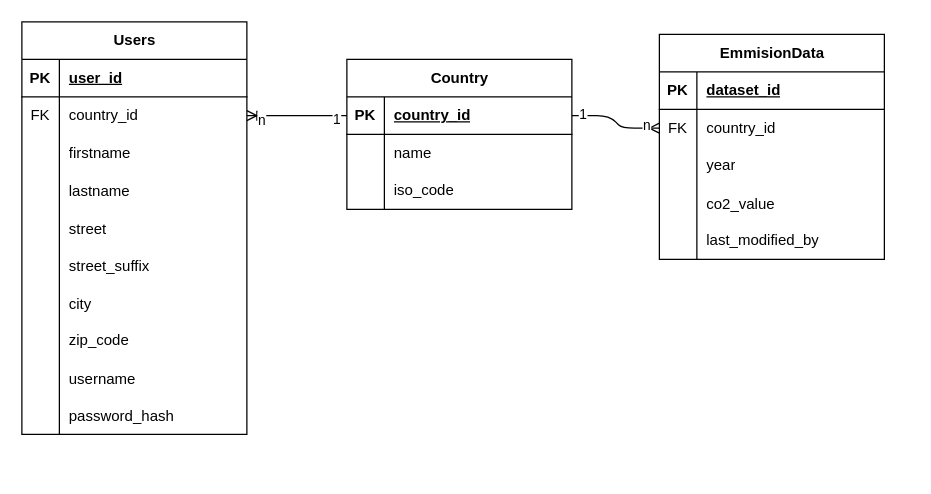
Before: docs/ERM.drawio in Neeklass/java-likehero2zero, a draw.io diagram. Source tidied: cells renumbered, new cells numbered last; positions are measured from the earlier drawing's top-left corner, leaving out a move shared by most shapes. Both pictures are drawn from the tidied source at 125%, with x=0, y=0 at pixel (21, 21).
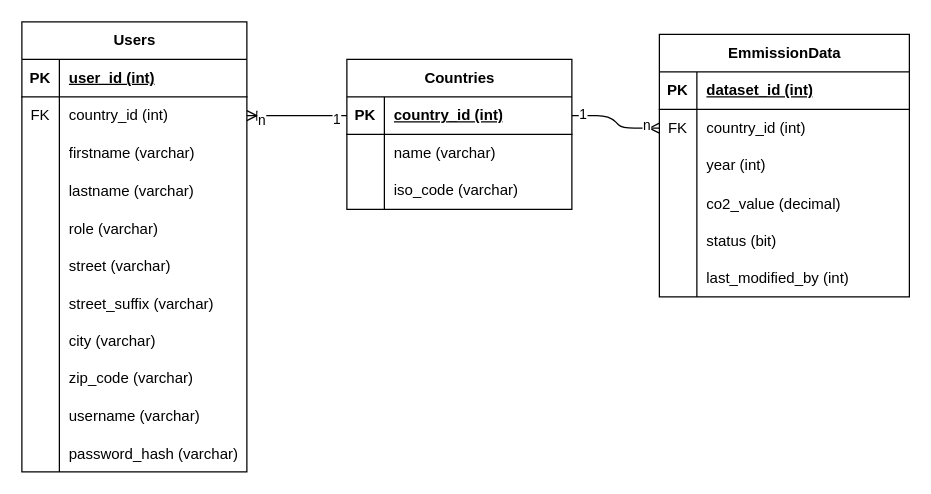
After the change.

The change refers to these unchanged cells:
```xml
<mxCell id="3" style="shape=tableRow;horizontal=0;startSize=0;swimlaneHead=0;swimlaneBody=0;fillColor=none;top=0;left=0;right=0;bottom=1;" parent="2" vertex="1">
  <mxGeometry y="30" width="180" height="30" as="geometry" />
</mxCell>
<mxCell id="6" style="shape=tableRow;horizontal=0;startSize=0;swimlaneHead=0;swimlaneBody=0;fillColor=none;points=[[0,0.5],[1,0.5]];portConstraint=eastwest;top=0;left=0;right=0;bottom=0;" parent="2" vertex="1">
  <mxGeometry y="60" width="180" height="30" as="geometry" />
</mxCell>
<mxCell id="9" style="shape=tableRow;horizontal=0;startSize=0;swimlaneHead=0;swimlaneBody=0;fillColor=none;top=0;left=0;right=0;bottom=0;" parent="2" vertex="1">
  <mxGeometry y="90" width="180" height="30" as="geometry" />
</mxCell>
<mxCell id="12" style="shape=tableRow;horizontal=0;startSize=0;swimlaneHead=0;swimlaneBody=0;fillColor=none;top=0;left=0;right=0;bottom=0;" parent="2" vertex="1">
  <mxGeometry y="120" width="180" height="30" as="geometry" />
</mxCell>
<mxCell id="50" style="shape=tableRow;horizontal=0;startSize=0;swimlaneHead=0;swimlaneBody=0;fillColor=none;points=[[0,0.5],[1,0.5]];portConstraint=eastwest;top=0;left=0;right=0;bottom=1;" parent="49" vertex="1">
  <mxGeometry y="30" width="180" height="30" as="geometry" />
</mxCell>
<mxCell id="53" style="shape=tableRow;horizontal=0;startSize=0;swimlaneHead=0;swimlaneBody=0;fillColor=none;top=0;left=0;right=0;bottom=0;" parent="49" vertex="1">
  <mxGeometry y="60" width="180" height="30" as="geometry" />
</mxCell>
<mxCell id="56" style="shape=tableRow;horizontal=0;startSize=0;swimlaneHead=0;swimlaneBody=0;fillColor=none;top=0;left=0;right=0;bottom=0;" parent="49" vertex="1">
  <mxGeometry y="90" width="180" height="30" as="geometry" />
</mxCell>
```

What changed in the source:
```diff
@@
     <mxCell id="2" value="Users" style="shape=table;startSize=30;childLayout=tableLayout;rowLines=0;fontStyle=1;align=center;html=1;" parent="1" vertex="1">
-      <mxGeometry width="180" height="330" as="geometry" />
+      <mxGeometry width="180" height="360" as="geometry" />
     </mxCell>
@@
-    <mxCell id="5" value="user_id" style="shape=partialRectangle;fillColor=none;top=0;left=0;bottom=0;right=0;align=left;spacingLeft=6;fontStyle=5;overflow=hidden;whiteSpace=wrap;html=1;" parent="3" vertex="1">
+    <mxCell id="5" value="user_id (int)" style="shape=partialRectangle;fillColor=none;top=0;left=0;bottom=0;right=0;align=left;spacingLeft=6;fontStyle=5;overflow=hidden;whiteSpace=wrap;html=1;" parent="3" vertex="1">
       <mxGeometry x="30" width="150" height="30" as="geometry" />
     </mxCell>
@@
-    <mxCell id="8" value="country_id" style="shape=partialRectangle;fillColor=none;top=0;left=0;bottom=0;right=0;align=left;spacingLeft=6;fontStyle=0;overflow=hidden;whiteSpace=wrap;html=1;" parent="6" vertex="1">
+    <mxCell id="8" value="country_id (int)" style="shape=partialRectangle;fillColor=none;top=0;left=0;bottom=0;right=0;align=left;spacingLeft=6;fontStyle=0;overflow=hidden;whiteSpace=wrap;html=1;" parent="6" vertex="1">
       <mxGeometry x="30" width="150" height="30" as="geometry" />
     </mxCell>
@@
-    <mxCell id="11" value="firstname" style="shape=partialRectangle;fillColor=none;top=0;left=0;bottom=0;right=0;align=left;spacingLeft=6;overflow=hidden;whiteSpace=wrap;html=1;" parent="9" vertex="1">
+    <mxCell id="11" value="firstname (varchar)" style="shape=partialRectangle;fillColor=none;top=0;left=0;bottom=0;right=0;align=left;spacingLeft=6;overflow=hidden;whiteSpace=wrap;html=1;" parent="9" vertex="1">
       <mxGeometry x="30" width="150" height="30" as="geometry" />
     </mxCell>
@@
-    <mxCell id="14" value="lastname" style="shape=partialRectangle;fillColor=none;top=0;left=0;bottom=0;right=0;align=left;spacingLeft=6;overflow=hidden;" parent="12" vertex="1">
+    <mxCell id="14" value="lastname (varchar)" style="shape=partialRectangle;fillColor=none;top=0;left=0;bottom=0;right=0;align=left;spacingLeft=6;overflow=hidden;" parent="12" vertex="1">
       <mxGeometry x="30" width="150" height="30" as="geometry" />
     </mxCell>
+    <mxCell id="65" style="shape=tableRow;horizontal=0;startSize=0;swimlaneHead=0;swimlaneBody=0;fillColor=none;top=0;left=0;right=0;bottom=0;" parent="2" vertex="1">
+      <mxGeometry y="150" width="180" height="30" as="geometry" />
+    </mxCell>
+    <mxCell id="66" style="shape=partialRectangle;fillColor=none;top=0;left=0;bottom=0;right=0;overflow=hidden;" parent="65" vertex="1">
+      <mxGeometry width="30" height="30" as="geometry" />
+    </mxCell>
+    <mxCell id="67" value="role (varchar)" style="shape=partialRectangle;fillColor=none;top=0;left=0;bottom=0;right=0;align=left;spacingLeft=6;overflow=hidden;" parent="65" vertex="1">
+      <mxGeometry x="30" width="150" height="30" as="geometry" />
+    </mxCell>
     <mxCell id="15" style="shape=tableRow;horizontal=0;startSize=0;swimlaneHead=0;swimlaneBody=0;fillColor=none;top=0;left=0;right=0;bottom=0;" parent="2" vertex="1">
-      <mxGeometry y="150" width="180" height="30" as="geometry" />
+      <mxGeometry y="180" width="180" height="30" as="geometry" />
     </mxCell>
@@
-    <mxCell id="17" value="street" style="shape=partialRectangle;fillColor=none;top=0;left=0;bottom=0;right=0;align=left;spacingLeft=6;overflow=hidden;" parent="15" vertex="1">
+    <mxCell id="17" value="street (varchar)" style="shape=partialRectangle;fillColor=none;top=0;left=0;bottom=0;right=0;align=left;spacingLeft=6;overflow=hidden;" parent="15" vertex="1">
       <mxGeometry x="30" width="150" height="30" as="geometry" />
     </mxCell>
     <mxCell id="18" style="shape=tableRow;horizontal=0;startSize=0;swimlaneHead=0;swimlaneBody=0;fillColor=none;top=0;left=0;right=0;bottom=0;" parent="2" vertex="1">
-      <mxGeometry y="180" width="180" height="30" as="geometry" />
+      <mxGeometry y="210" width="180" height="30" as="geometry" />
     </mxCell>
@@
-    <mxCell id="20" value="street_suffix" style="shape=partialRectangle;fillColor=none;top=0;left=0;bottom=0;right=0;align=left;spacingLeft=6;overflow=hidden;" parent="18" vertex="1">
+    <mxCell id="20" value="street_suffix (varchar)" style="shape=partialRectangle;fillColor=none;top=0;left=0;bottom=0;right=0;align=left;spacingLeft=6;overflow=hidden;" parent="18" vertex="1">
       <mxGeometry x="30" width="150" height="30" as="geometry" />
     </mxCell>
     <mxCell id="21" style="shape=tableRow;horizontal=0;startSize=0;swimlaneHead=0;swimlaneBody=0;fillColor=none;top=0;left=0;right=0;bottom=0;" parent="2" vertex="1">
-      <mxGeometry y="210" width="180" height="30" as="geometry" />
+      <mxGeometry y="240" width="180" height="30" as="geometry" />
     </mxCell>
@@
-    <mxCell id="23" value="city" style="shape=partialRectangle;fillColor=none;top=0;left=0;bottom=0;right=0;align=left;spacingLeft=6;overflow=hidden;" parent="21" vertex="1">
+    <mxCell id="23" value="city (varchar)" style="shape=partialRectangle;fillColor=none;top=0;left=0;bottom=0;right=0;align=left;spacingLeft=6;overflow=hidden;" parent="21" vertex="1">
       <mxGeometry x="30" width="150" height="30" as="geometry" />
     </mxCell>
     <mxCell id="24" style="shape=tableRow;horizontal=0;startSize=0;swimlaneHead=0;swimlaneBody=0;fillColor=none;top=0;left=0;right=0;bottom=0;" parent="2" vertex="1">
-      <mxGeometry y="240" width="180" height="30" as="geometry" />
+      <mxGeometry y="270" width="180" height="30" as="geometry" />
     </mxCell>
@@
-    <mxCell id="26" value="zip_code" style="shape=partialRectangle;fillColor=none;top=0;left=0;bottom=0;right=0;align=left;spacingLeft=6;overflow=hidden;whiteSpace=wrap;html=1;" parent="24" vertex="1">
+    <mxCell id="26" value="zip_code (varchar)" style="shape=partialRectangle;fillColor=none;top=0;left=0;bottom=0;right=0;align=left;spacingLeft=6;overflow=hidden;whiteSpace=wrap;html=1;" parent="24" vertex="1">
       <mxGeometry x="30" width="150" height="30" as="geometry" />
     </mxCell>
     <mxCell id="27" style="shape=tableRow;horizontal=0;startSize=0;swimlaneHead=0;swimlaneBody=0;fillColor=none;top=0;left=0;right=0;bottom=0;" parent="2" vertex="1">
-      <mxGeometry y="270" width="180" height="30" as="geometry" />
+      <mxGeometry y="300" width="180" height="30" as="geometry" />
     </mxCell>
@@
-    <mxCell id="29" value="username" style="shape=partialRectangle;fillColor=none;top=0;left=0;bottom=0;right=0;align=left;spacingLeft=6;overflow=hidden;" parent="27" vertex="1">
+    <mxCell id="29" value="username (varchar)" style="shape=partialRectangle;fillColor=none;top=0;left=0;bottom=0;right=0;align=left;spacingLeft=6;overflow=hidden;" parent="27" vertex="1">
       <mxGeometry x="30" width="150" height="30" as="geometry" />
     </mxCell>
     <mxCell id="30" style="shape=tableRow;horizontal=0;startSize=0;swimlaneHead=0;swimlaneBody=0;fillColor=none;top=0;left=0;right=0;bottom=0;" parent="2" vertex="1">
-      <mxGeometry y="300" width="180" height="30" as="geometry" />
+      <mxGeometry y="330" width="180" height="30" as="geometry" />
     </mxCell>
@@
-    <mxCell id="32" value="password_hash" style="shape=partialRectangle;fillColor=none;top=0;left=0;bottom=0;right=0;align=left;spacingLeft=6;overflow=hidden;" parent="30" vertex="1">
+    <mxCell id="32" value="password_hash (varchar)" style="shape=partialRectangle;fillColor=none;top=0;left=0;bottom=0;right=0;align=left;spacingLeft=6;overflow=hidden;" parent="30" vertex="1">
       <mxGeometry x="30" width="150" height="30" as="geometry" />
     </mxCell>
-    <mxCell id="33" value="EmmisionData" style="shape=table;startSize=30;childLayout=tableLayout;rowLines=0;fontStyle=1;align=center;html=1;" parent="1" vertex="1">
-      <mxGeometry x="510" y="10" width="180" height="180" as="geometry" />
+    <mxCell id="33" value="EmmissionData" style="shape=table;startSize=30;childLayout=tableLayout;rowLines=0;fontStyle=1;align=center;html=1;" parent="1" vertex="1">
+      <mxGeometry x="510" y="10" width="200" height="210" as="geometry" />
     </mxCell>
     <mxCell id="34" style="shape=tableRow;horizontal=0;startSize=0;swimlaneHead=0;swimlaneBody=0;fillColor=none;top=0;left=0;right=0;bottom=1;" parent="33" vertex="1">
-      <mxGeometry y="30" width="180" height="30" as="geometry" />
+      <mxGeometry y="30" width="200" height="30" as="geometry" />
     </mxCell>
@@
-    <mxCell id="36" value="dataset_id" style="shape=partialRectangle;fillColor=none;top=0;left=0;bottom=0;right=0;align=left;spacingLeft=6;fontStyle=5;overflow=hidden;whiteSpace=wrap;html=1;" parent="34" vertex="1">
-      <mxGeometry x="30" width="150" height="30" as="geometry" />
+    <mxCell id="36" value="dataset_id (int)" style="shape=partialRectangle;fillColor=none;top=0;left=0;bottom=0;right=0;align=left;spacingLeft=6;fontStyle=5;overflow=hidden;whiteSpace=wrap;html=1;" parent="34" vertex="1">
+      <mxGeometry x="30" width="170" height="30" as="geometry" />
     </mxCell>
     <mxCell id="37" style="shape=tableRow;horizontal=0;startSize=0;swimlaneHead=0;swimlaneBody=0;fillColor=none;points=[[0,0.5],[1,0.5]];portConstraint=eastwest;top=0;left=0;right=0;bottom=0;" parent="33" vertex="1">
-      <mxGeometry y="60" width="180" height="30" as="geometry" />
+      <mxGeometry y="60" width="200" height="30" as="geometry" />
     </mxCell>
@@
-    <mxCell id="39" value="country_id" style="shape=partialRectangle;fillColor=none;top=0;left=0;bottom=0;right=0;align=left;spacingLeft=6;fontStyle=0;overflow=hidden;whiteSpace=wrap;html=1;" parent="37" vertex="1">
-      <mxGeometry x="30" width="150" height="30" as="geometry" />
+    <mxCell id="39" value="country_id (int)" style="shape=partialRectangle;fillColor=none;top=0;left=0;bottom=0;right=0;align=left;spacingLeft=6;fontStyle=0;overflow=hidden;whiteSpace=wrap;html=1;" parent="37" vertex="1">
+      <mxGeometry x="30" width="170" height="30" as="geometry" />
     </mxCell>
     <mxCell id="40" style="shape=tableRow;horizontal=0;startSize=0;swimlaneHead=0;swimlaneBody=0;fillColor=none;top=0;left=0;right=0;bottom=0;" parent="33" vertex="1">
-      <mxGeometry y="90" width="180" height="30" as="geometry" />
+      <mxGeometry y="90" width="200" height="30" as="geometry" />
     </mxCell>
@@
-    <mxCell id="42" value="year" style="shape=partialRectangle;fillColor=none;top=0;left=0;bottom=0;right=0;align=left;spacingLeft=6;overflow=hidden;whiteSpace=wrap;html=1;" parent="40" vertex="1">
-      <mxGeometry x="30" width="150" height="30" as="geometry" />
+    <mxCell id="42" value="year (int)" style="shape=partialRectangle;fillColor=none;top=0;left=0;bottom=0;right=0;align=left;spacingLeft=6;overflow=hidden;whiteSpace=wrap;html=1;" parent="40" vertex="1">
+      <mxGeometry x="30" width="170" height="30" as="geometry" />
     </mxCell>
     <mxCell id="43" style="shape=tableRow;horizontal=0;startSize=0;swimlaneHead=0;swimlaneBody=0;fillColor=none;top=0;left=0;right=0;bottom=0;" parent="33" vertex="1">
-      <mxGeometry y="120" width="180" height="30" as="geometry" />
+      <mxGeometry y="120" width="200" height="30" as="geometry" />
     </mxCell>
@@
-    <mxCell id="45" value="co2_value" style="shape=partialRectangle;fillColor=none;top=0;left=0;bottom=0;right=0;align=left;spacingLeft=6;overflow=hidden;" parent="43" vertex="1">
-      <mxGeometry x="30" width="150" height="30" as="geometry" />
+    <mxCell id="45" value="co2_value (decimal)" style="shape=partialRectangle;fillColor=none;top=0;left=0;bottom=0;right=0;align=left;spacingLeft=6;overflow=hidden;" parent="43" vertex="1">
+      <mxGeometry x="30" width="170" height="30" as="geometry" />
     </mxCell>
+    <mxCell id="68" style="shape=tableRow;horizontal=0;startSize=0;swimlaneHead=0;swimlaneBody=0;fillColor=none;top=0;left=0;right=0;bottom=0;" parent="33" vertex="1">
+      <mxGeometry y="150" width="200" height="30" as="geometry" />
+    </mxCell>
+    <mxCell id="69" style="shape=partialRectangle;fillColor=none;top=0;left=0;bottom=0;right=0;overflow=hidden;" parent="68" vertex="1">
+      <mxGeometry width="30" height="30" as="geometry" />
+    </mxCell>
+    <mxCell id="70" value="status (bit)" style="shape=partialRectangle;fillColor=none;top=0;left=0;bottom=0;right=0;align=left;spacingLeft=6;overflow=hidden;" parent="68" vertex="1">
+      <mxGeometry x="30" width="170" height="30" as="geometry" />
+    </mxCell>
     <mxCell id="46" style="shape=tableRow;horizontal=0;startSize=0;swimlaneHead=0;swimlaneBody=0;fillColor=none;top=0;left=0;right=0;bottom=0;" parent="33" vertex="1">
-      <mxGeometry y="150" width="180" height="30" as="geometry" />
+      <mxGeometry y="180" width="200" height="30" as="geometry" />
     </mxCell>
@@
-    <mxCell id="48" value="last_modified_by" style="shape=partialRectangle;fillColor=none;top=0;left=0;bottom=0;right=0;align=left;spacingLeft=6;overflow=hidden;whiteSpace=wrap;html=1;" parent="46" vertex="1">
-      <mxGeometry x="30" width="150" height="30" as="geometry" />
+    <mxCell id="48" value="last_modified_by (int)" style="shape=partialRectangle;fillColor=none;top=0;left=0;bottom=0;right=0;align=left;spacingLeft=6;overflow=hidden;whiteSpace=wrap;html=1;" parent="46" vertex="1">
+      <mxGeometry x="30" width="170" height="30" as="geometry" />
     </mxCell>
-    <mxCell id="49" value="Country" style="shape=table;startSize=30;childLayout=tableLayout;rowLines=0;fontStyle=1;align=center;html=1;" parent="1" vertex="1">
+    <mxCell id="49" value="Countries" style="shape=table;startSize=30;childLayout=tableLayout;rowLines=0;fontStyle=1;align=center;html=1;" parent="1" vertex="1">
       <mxGeometry x="260" y="30" width="180" height="120" as="geometry" />
     </mxCell>
@@
-    <mxCell id="52" value="country_id" style="shape=partialRectangle;fillColor=none;top=0;left=0;bottom=0;right=0;align=left;spacingLeft=6;fontStyle=5;overflow=hidden;whiteSpace=wrap;html=1;" parent="50" vertex="1">
+    <mxCell id="52" value="country_id (int)" style="shape=partialRectangle;fillColor=none;top=0;left=0;bottom=0;right=0;align=left;spacingLeft=6;fontStyle=5;overflow=hidden;whiteSpace=wrap;html=1;" parent="50" vertex="1">
       <mxGeometry x="30" width="150" height="30" as="geometry" />
     </mxCell>
@@
-    <mxCell id="55" value="name" style="shape=partialRectangle;fillColor=none;top=0;left=0;bottom=0;right=0;align=left;spacingLeft=6;overflow=hidden;whiteSpace=wrap;html=1;" parent="53" vertex="1">
+    <mxCell id="55" value="name (varchar)" style="shape=partialRectangle;fillColor=none;top=0;left=0;bottom=0;right=0;align=left;spacingLeft=6;overflow=hidden;whiteSpace=wrap;html=1;" parent="53" vertex="1">
       <mxGeometry x="30" width="150" height="30" as="geometry" />
     </mxCell>
@@
-    <mxCell id="58" value="iso_code" style="shape=partialRectangle;fillColor=none;top=0;left=0;bottom=0;right=0;align=left;spacingLeft=6;overflow=hidden;whiteSpace=wrap;html=1;" parent="56" vertex="1">
+    <mxCell id="58" value="iso_code (varchar)" style="shape=partialRectangle;fillColor=none;top=0;left=0;bottom=0;right=0;align=left;spacingLeft=6;overflow=hidden;whiteSpace=wrap;html=1;" parent="56" vertex="1">
       <mxGeometry x="30" width="150" height="30" as="geometry" />
     </mxCell>
```
